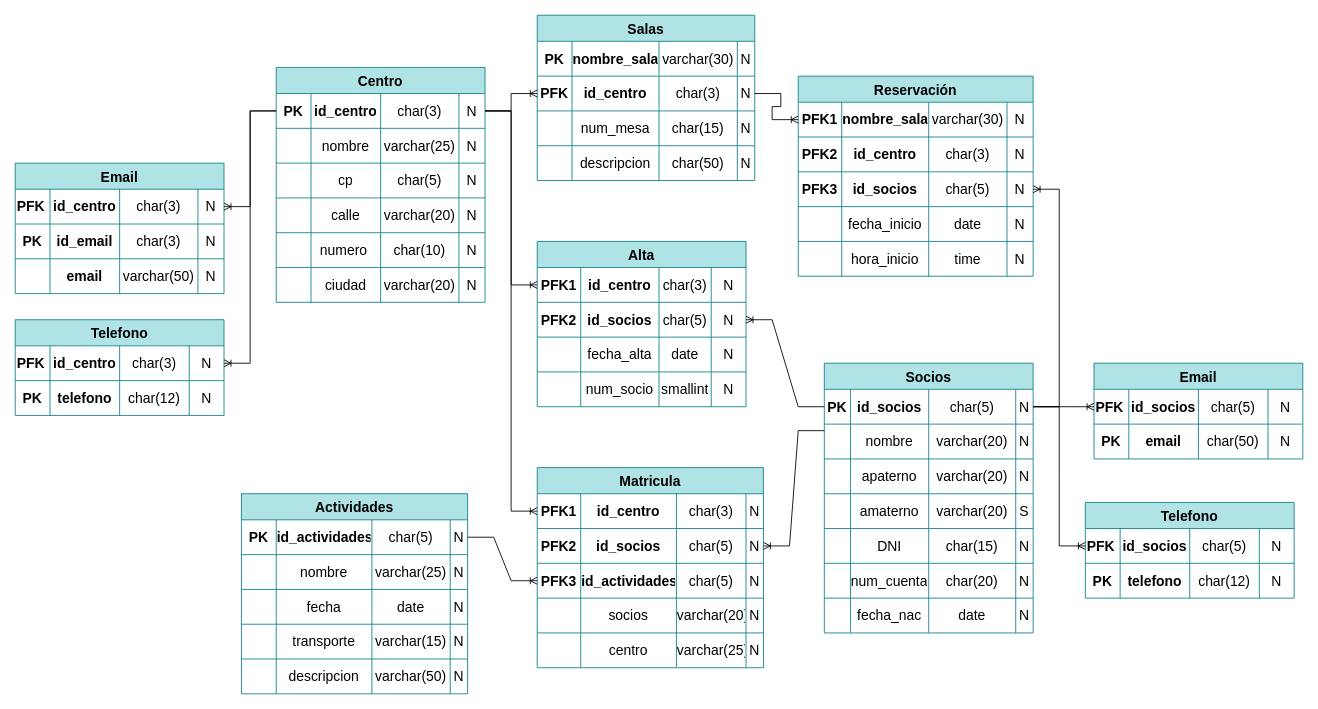
Earlier version of the draw.io diagram Modelo fisico centro ocio.drawio (misiomishi/itcj). Source tidied: cells renumbered, new cells numbered last; positions are measured from the earlier drawing's top-left corner, leaving out a move shared by most shapes. Both pictures are drawn from the tidied source at 87%, with x=0, y=0 at pixel (15, 15).
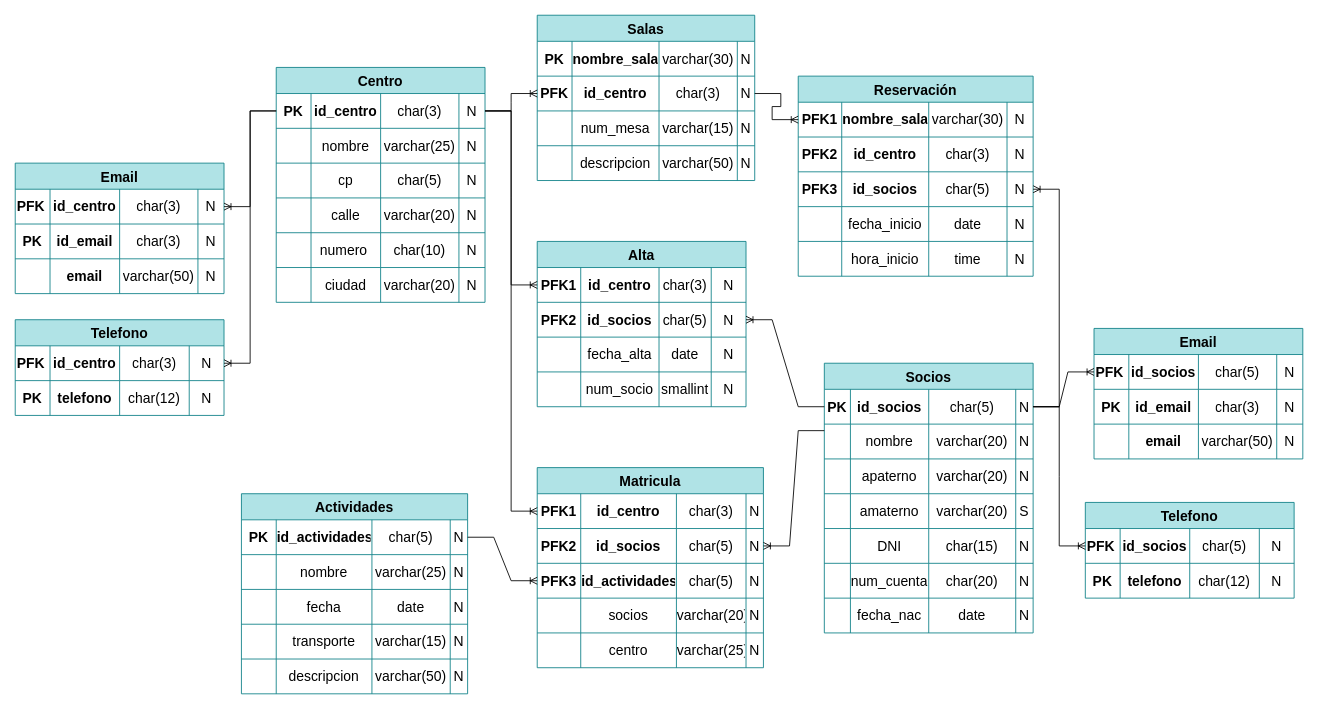
Above is the later version.

Unchanged cells that the change refers to:
```xml
<mxCell id="144" style="shape=tableRow;horizontal=0;startSize=0;swimlaneHead=0;swimlaneBody=0;strokeColor=inherit;top=0;left=0;bottom=0;right=0;fillColor=none;fontSize=16;" parent="133" vertex="1">
  <mxGeometry y="110" width="250" height="40" as="geometry" />
</mxCell>
<mxCell id="149" style="shape=tableRow;horizontal=0;startSize=0;swimlaneHead=0;swimlaneBody=0;strokeColor=inherit;top=0;left=0;bottom=0;right=0;fillColor=none;fontSize=16;" parent="133" vertex="1">
  <mxGeometry y="150" width="250" height="40" as="geometry" />
</mxCell>
<mxCell id="217" style="shape=tableRow;horizontal=0;startSize=0;swimlaneHead=0;swimlaneBody=0;strokeColor=inherit;top=0;left=0;bottom=0;right=0;fillColor=none;points=[[0,0.5],[1,0.5]];portConstraint=eastwest;fontSize=16;" parent="216" vertex="1">
  <mxGeometry y="30" width="240" height="40" as="geometry" />
</mxCell>
<mxCell id="222" style="shape=tableRow;horizontal=0;startSize=0;swimlaneHead=0;swimlaneBody=0;strokeColor=inherit;top=0;left=0;bottom=0;right=0;fillColor=none;fontSize=16;" parent="216" vertex="1">
  <mxGeometry y="70" width="240" height="40" as="geometry" />
</mxCell>
```

Diff of the diagram source:
```diff
@@
-    <mxCell id="147" value="char(15)" style="shape=partialRectangle;html=1;whiteSpace=wrap;strokeColor=inherit;overflow=hidden;fillColor=none;top=0;left=0;bottom=0;right=0;fontSize=16;" parent="144" vertex="1">
+    <mxCell id="147" value="varchar(15)" style="shape=partialRectangle;html=1;whiteSpace=wrap;strokeColor=inherit;overflow=hidden;fillColor=none;top=0;left=0;bottom=0;right=0;fontSize=16;" parent="144" vertex="1">
       <mxGeometry x="140" width="90" height="40" as="geometry" />
     </mxCell>
@@
-    <mxCell id="152" value="char(50)" style="shape=partialRectangle;html=1;whiteSpace=wrap;strokeColor=inherit;overflow=hidden;fillColor=none;top=0;left=0;bottom=0;right=0;fontSize=16;" parent="149" vertex="1">
+    <mxCell id="152" value="varchar(50)" style="shape=partialRectangle;html=1;whiteSpace=wrap;strokeColor=inherit;overflow=hidden;fillColor=none;top=0;left=0;bottom=0;right=0;fontSize=16;" parent="149" vertex="1">
       <mxGeometry x="140" width="90" height="40" as="geometry" />
     </mxCell>
@@
     <mxCell id="216" value="Email" style="shape=table;startSize=30;childLayout=tableLayout;strokeColor=#0e8088;fontSize=16;fillColor=#b0e3e6;fontStyle=1;" parent="1" vertex="1">
-      <mxGeometry x="1240" y="400" width="240" height="110" as="geometry" />
+      <mxGeometry x="1240" y="360" width="240" height="150" as="geometry" />
     </mxCell>
@@
     <mxCell id="220" value="char(5)" style="shape=partialRectangle;html=1;whiteSpace=wrap;strokeColor=inherit;overflow=hidden;fillColor=none;top=0;left=0;bottom=0;right=0;fontSize=16;" parent="217" vertex="1">
-      <mxGeometry x="120" width="80" height="40" as="geometry" />
+      <mxGeometry x="120" width="90" height="40" as="geometry" />
     </mxCell>
     <mxCell id="221" value="N" style="shape=partialRectangle;html=1;whiteSpace=wrap;strokeColor=inherit;overflow=hidden;fillColor=none;top=0;left=0;bottom=0;right=0;fontSize=16;" parent="217" vertex="1">
-      <mxGeometry x="200" width="40" height="40" as="geometry" />
+      <mxGeometry x="210" width="30" height="40" as="geometry" />
     </mxCell>
@@
-    <mxCell id="224" value="email" style="shape=partialRectangle;html=1;whiteSpace=wrap;strokeColor=inherit;overflow=hidden;fillColor=none;top=0;left=0;bottom=0;right=0;fontSize=16;fontStyle=1;" parent="222" vertex="1">
+    <mxCell id="224" value="id_email" style="shape=partialRectangle;html=1;whiteSpace=wrap;strokeColor=inherit;overflow=hidden;fillColor=none;top=0;left=0;bottom=0;right=0;fontSize=16;fontStyle=1;" parent="222" vertex="1">
       <mxGeometry x="40" width="80" height="40" as="geometry" />
     </mxCell>
-    <mxCell id="225" value="char(50)" style="shape=partialRectangle;html=1;whiteSpace=wrap;strokeColor=inherit;overflow=hidden;fillColor=none;top=0;left=0;bottom=0;right=0;fontSize=16;" parent="222" vertex="1">
-      <mxGeometry x="120" width="80" height="40" as="geometry" />
+    <mxCell id="225" value="char(3)" style="shape=partialRectangle;html=1;whiteSpace=wrap;strokeColor=inherit;overflow=hidden;fillColor=none;top=0;left=0;bottom=0;right=0;fontSize=16;" parent="222" vertex="1">
+      <mxGeometry x="120" width="90" height="40" as="geometry" />
     </mxCell>
     <mxCell id="226" value="N" style="shape=partialRectangle;html=1;whiteSpace=wrap;strokeColor=inherit;overflow=hidden;fillColor=none;top=0;left=0;bottom=0;right=0;fontSize=16;" parent="222" vertex="1">
-      <mxGeometry x="200" width="40" height="40" as="geometry" />
+      <mxGeometry x="210" width="30" height="40" as="geometry" />
     </mxCell>
+    <mxCell id="250" style="shape=tableRow;horizontal=0;startSize=0;swimlaneHead=0;swimlaneBody=0;strokeColor=inherit;top=0;left=0;bottom=0;right=0;fillColor=none;fontSize=16;" parent="216" vertex="1">
+      <mxGeometry y="110" width="240" height="40" as="geometry" />
+    </mxCell>
+    <mxCell id="251" style="shape=partialRectangle;html=1;whiteSpace=wrap;strokeColor=inherit;overflow=hidden;fillColor=none;top=0;left=0;bottom=0;right=0;fontSize=16;fontStyle=1;" parent="250" vertex="1">
+      <mxGeometry width="40" height="40" as="geometry" />
+    </mxCell>
+    <mxCell id="252" value="email" style="shape=partialRectangle;html=1;whiteSpace=wrap;strokeColor=inherit;overflow=hidden;fillColor=none;top=0;left=0;bottom=0;right=0;fontSize=16;fontStyle=1;" parent="250" vertex="1">
+      <mxGeometry x="40" width="80" height="40" as="geometry" />
+    </mxCell>
+    <mxCell id="253" value="varchar(50)" style="shape=partialRectangle;html=1;whiteSpace=wrap;strokeColor=inherit;overflow=hidden;fillColor=none;top=0;left=0;bottom=0;right=0;fontSize=16;" parent="250" vertex="1">
+      <mxGeometry x="120" width="90" height="40" as="geometry" />
+    </mxCell>
+    <mxCell id="254" value="N" style="shape=partialRectangle;html=1;whiteSpace=wrap;strokeColor=inherit;overflow=hidden;fillColor=none;top=0;left=0;bottom=0;right=0;fontSize=16;" parent="250" vertex="1">
+      <mxGeometry x="210" width="30" height="40" as="geometry" />
+    </mxCell>
```
